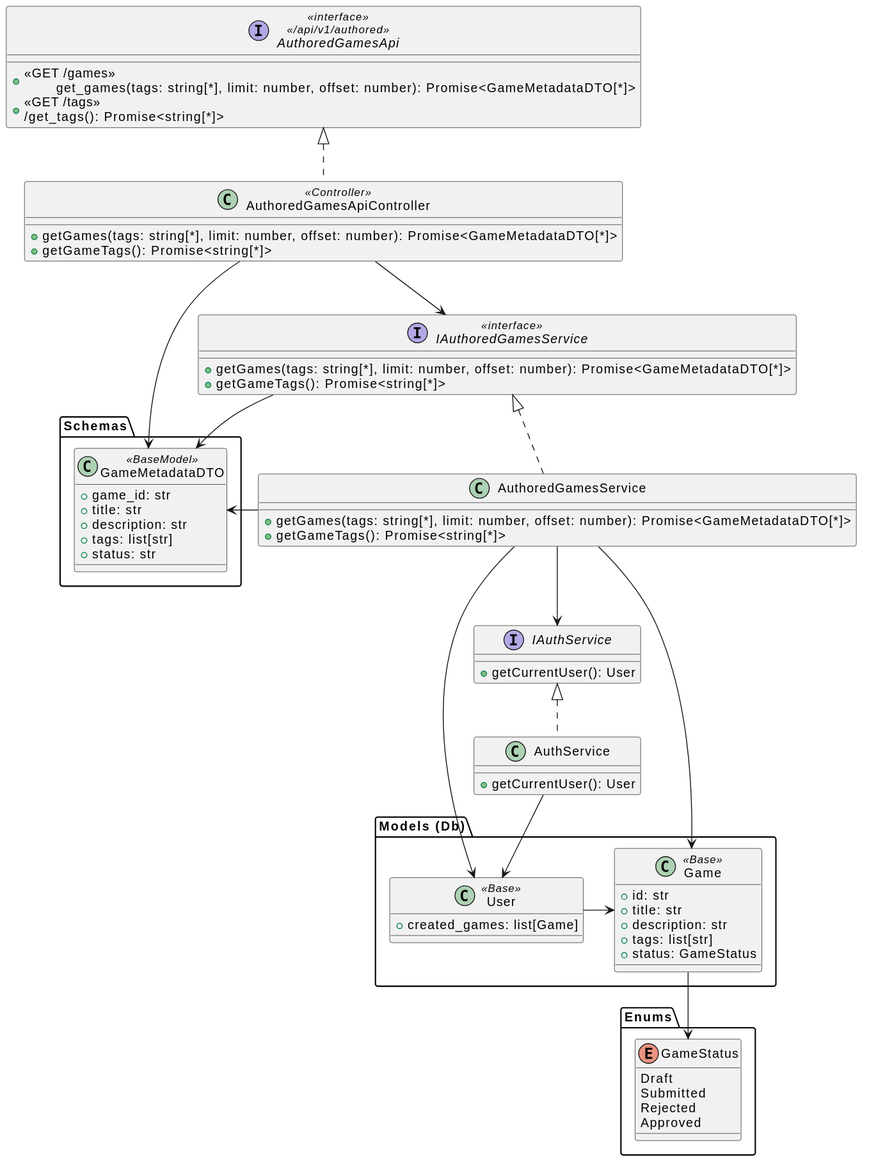
Before: diagrams/backend/rendered/authors-game-list.svg, a diagram exported from PlantUML (Igor-Ochocki/POP-2026Z).
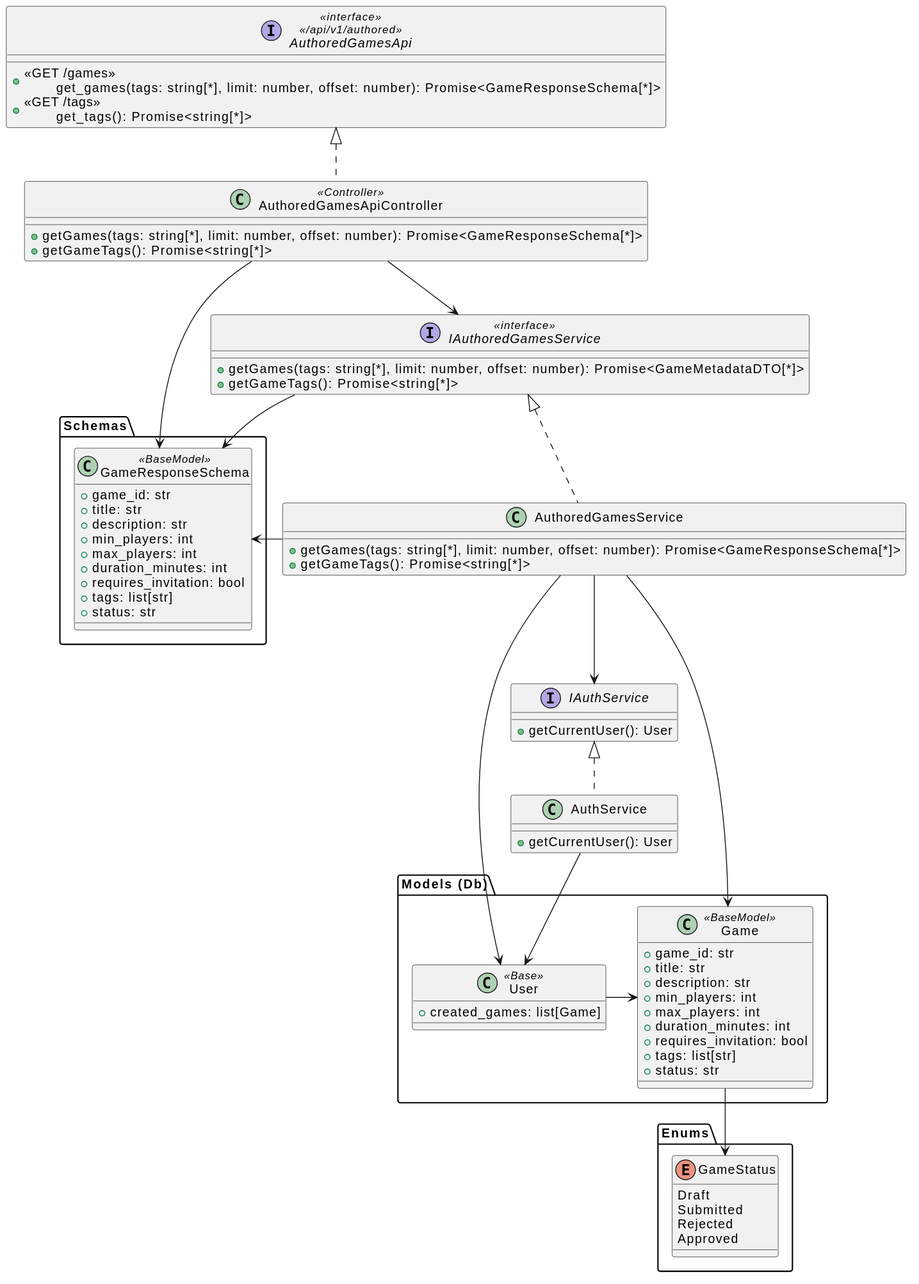
The same file after the commit.

Diff of the diagram source:
```diff
@@ -1,16 +1,16 @@
 @startuml
 interface AuthoredGamesApi <<interface>>\n<< /api/v1/authored >> {
-    + <<GET /games >>\n\tget_games(tags: string[*], limit: number, offset: number): Promise<GameMetadataDTO[*]>
-    + <<GET /tags >>\n/get_tags(): Promise<string[*]>
+    + <<GET /games >>\n\tget_games(tags: string[*], limit: number, offset: number): Promise<GameResponseSchema[*]>
+    + <<GET /tags >>\n\tget_tags(): Promise<string[*]>
 }
 
 class AuthoredGamesApiController <<Controller>> implements AuthoredGamesApi {
-    +getGames(tags: string[*], limit: number, offset: number): Promise<GameMetadataDTO[*]>
+    +getGames(tags: string[*], limit: number, offset: number): Promise<GameResponseSchema[*]>
     +getGameTags(): Promise<string[*]>
 }
 
 class AuthoredGamesService implements IAuthoredGamesService {
-    +getGames(tags: string[*], limit: number, offset: number): Promise<GameMetadataDTO[*]>
+    +getGames(tags: string[*], limit: number, offset: number): Promise<GameResponseSchema[*]>
     +getGameTags(): Promise<string[*]>
 }
 
@@ -24,12 +24,17 @@
 
 
 package "Models (Db)" as models {
-    class Game <<Base>> {
-        + id: str
+
+    class Game <<BaseModel>> {
+        + game_id: str
         + title: str
         + description: str
+        + min_players: int
+        + max_players: int
+        + duration_minutes: int
+        + requires_invitation: bool
         + tags: list[str]
-        + status: GameStatus
+        + status: str
     }
 
     class User <<Base>> {
@@ -52,10 +57,14 @@
 }
 
 package "Schemas" {
-    class GameMetadataDTO <<BaseModel>> {
+    class GameResponseSchema <<BaseModel>> {
         + game_id: str
         + title: str
         + description: str
+        + min_players: int
+        + max_players: int
+        + duration_minutes: int
+        + requires_invitation: bool
         + tags: list[str]
         + status: str
     }
@@ -64,9 +73,9 @@
 AuthoredGamesApiController --> IAuthoredGamesService
 User -> Game
 Game --> GameStatus
-AuthoredGamesApiController -> GameMetadataDTO
-IAuthoredGamesService -> GameMetadataDTO
-AuthoredGamesService -> GameMetadataDTO
+AuthoredGamesApiController -> GameResponseSchema
+IAuthoredGamesService -> GameResponseSchema
+AuthoredGamesService -> GameResponseSchema
 AuthoredGamesService --> IAuthService
 AuthoredGamesService --> User
 AuthService --> User
```
